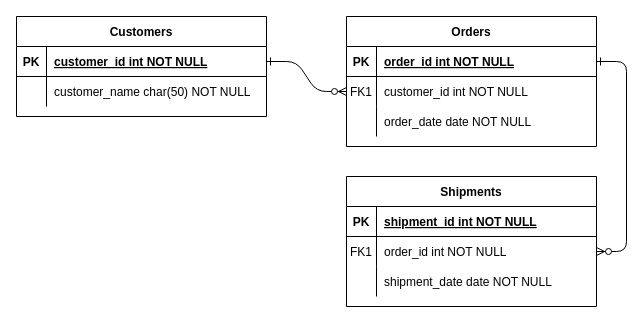
Above: ER.drawio in PG-Dac-Project/PG-DAC-Project (draw.io), before the change. Source tidied: cells renumbered, new cells numbered last; positions are measured from the earlier drawing's top-left corner, leaving out a move shared by most shapes. Both pictures are drawn from the tidied source at 100%, with x=0, y=0 at pixel (16, 16).
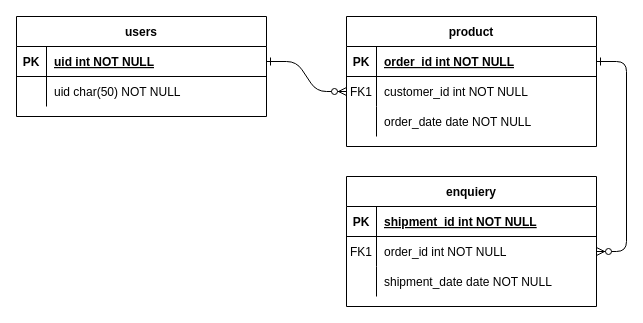
After the change.

Unchanged cells that the change refers to:
```xml
<mxCell id="25" style="shape=partialRectangle;fillColor=none;points=[[0,0.5],[1,0.5]];portConstraint=eastwest;top=0;left=0;right=0;bottom=1;" parent="24" vertex="1">
  <mxGeometry y="30" width="250" height="30" as="geometry" />
</mxCell>
<mxCell id="28" style="shape=partialRectangle;fillColor=none;top=0;left=0;right=0;bottom=0;" parent="24" vertex="1">
  <mxGeometry y="60" width="250" height="30" as="geometry" />
</mxCell>
```

Change to the diagram source:
```diff
@@
-    <mxCell id="4" value="Orders" style="shape=table;startSize=30;childLayout=tableLayout;rowLines=0;fontStyle=1;align=center;" parent="1" vertex="1">
+    <mxCell id="4" value="product" style="shape=table;startSize=30;childLayout=tableLayout;rowLines=0;fontStyle=1;align=center;" parent="1" vertex="1">
       <mxGeometry x="330" width="250" height="130" as="geometry" />
     </mxCell>
@@
-    <mxCell id="14" value="Shipments" style="shape=table;startSize=30;childLayout=tableLayout;rowLines=0;fontStyle=1;align=center;" parent="1" vertex="1">
+    <mxCell id="14" value="enquiery" style="shape=table;startSize=30;childLayout=tableLayout;rowLines=0;fontStyle=1;align=center;" parent="1" vertex="1">
       <mxGeometry x="330" y="160" width="250" height="130" as="geometry" />
     </mxCell>
@@
-    <mxCell id="24" value="Customers" style="shape=table;startSize=30;childLayout=tableLayout;rowLines=0;fontStyle=1;align=center;" parent="1" vertex="1">
+    <mxCell id="24" value="users" style="shape=table;startSize=30;childLayout=tableLayout;rowLines=0;fontStyle=1;align=center;" parent="1" vertex="1">
       <mxGeometry width="250" height="100" as="geometry" />
     </mxCell>
@@
-    <mxCell id="27" value="customer_id int NOT NULL " style="shape=partialRectangle;overflow=hidden;fillColor=none;top=0;left=0;bottom=0;right=0;align=left;spacingLeft=6;fontStyle=5;" parent="25" vertex="1">
+    <mxCell id="27" value="uid int NOT NULL " style="shape=partialRectangle;overflow=hidden;fillColor=none;top=0;left=0;bottom=0;right=0;align=left;spacingLeft=6;fontStyle=5;" parent="25" vertex="1">
       <mxGeometry x="30" width="220" height="30" as="geometry" />
     </mxCell>
@@
-    <mxCell id="30" value="customer_name char(50) NOT NULL" style="shape=partialRectangle;overflow=hidden;fillColor=none;top=0;left=0;bottom=0;right=0;align=left;spacingLeft=6;" parent="28" vertex="1">
+    <mxCell id="30" value="uid char(50) NOT NULL" style="shape=partialRectangle;overflow=hidden;fillColor=none;top=0;left=0;bottom=0;right=0;align=left;spacingLeft=6;" parent="28" vertex="1">
       <mxGeometry x="30" width="220" height="30" as="geometry" />
     </mxCell>
```
